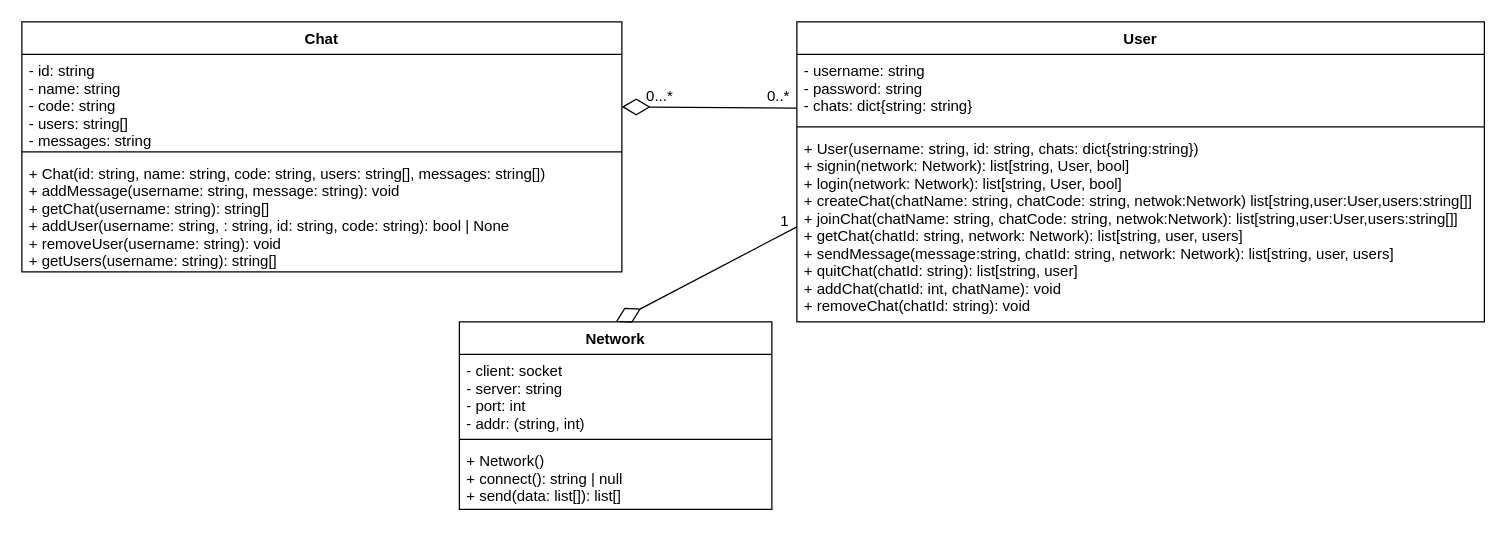
Earlier version of the draw.io diagram HowdyProject/UML/ClassDiagram.drawio (Mo27x/pyclan). Source tidied: cells renumbered, new cells numbered last; positions are measured from the earlier drawing's top-left corner, leaving out a move shared by most shapes. Both pictures are drawn from the tidied source at 125%, with x=0, y=0 at pixel (21, 21).
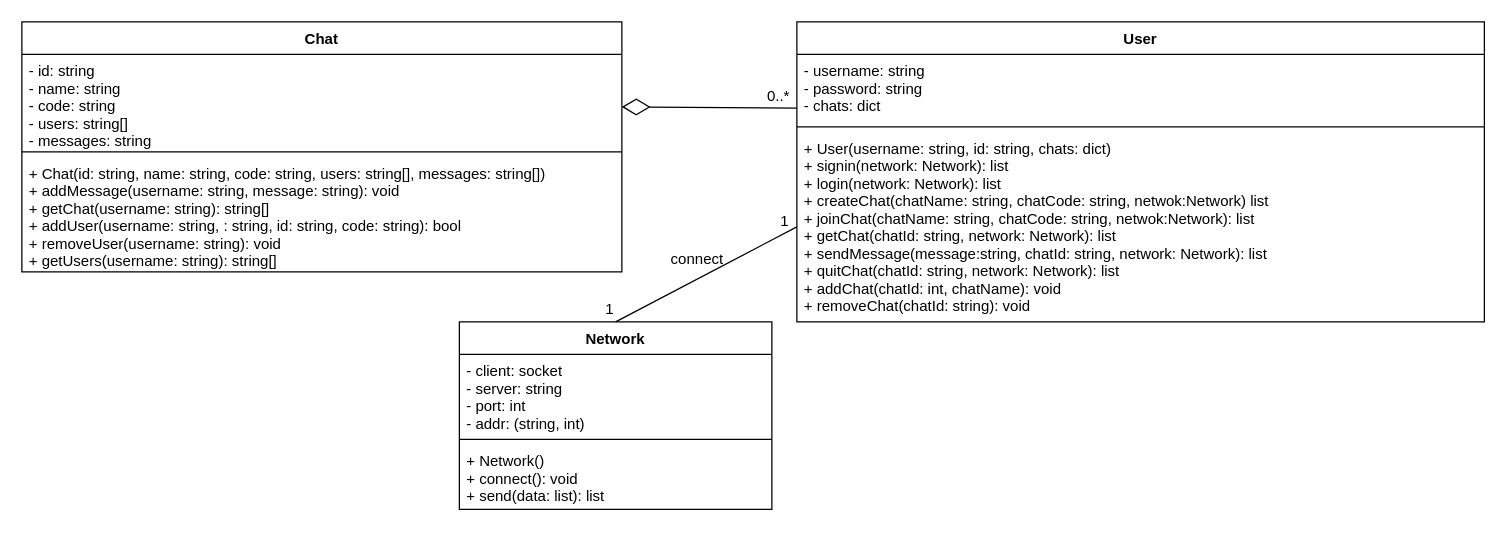
After the change.

The change refers to these unchanged cells:
```xml
<mxCell id="2" value="User" style="swimlane;fontStyle=1;align=center;verticalAlign=top;horizontal=1;startSize=26;" parent="1" vertex="1">
  <mxGeometry x="620" width="550" height="240" as="geometry" />
</mxCell>
<mxCell id="6" value="Chat" style="swimlane;fontStyle=1;align=center;verticalAlign=top;horizontal=1;startSize=26;" parent="1" vertex="1">
  <mxGeometry width="480" height="200" as="geometry" />
</mxCell>
<mxCell id="10" value="Network" style="swimlane;fontStyle=1;align=center;verticalAlign=top;horizontal=1;startSize=26;" parent="1" vertex="1">
  <mxGeometry x="350" y="240" width="250" height="150" as="geometry" />
</mxCell>
```

The edit, as a diff of the source:
```diff
@@
-    <mxCell id="3" value="- username: string&#10;- password: string&#10;- chats: dict{string: string}" style="text;strokeColor=none;fillColor=none;align=left;verticalAlign=top;spacingLeft=4;spacingRight=4;overflow=hidden;" parent="2" vertex="1">
+    <mxCell id="3" value="- username: string&#10;- password: string&#10;- chats: dict" style="text;strokeColor=none;fillColor=none;align=left;verticalAlign=top;spacingLeft=4;spacingRight=4;overflow=hidden;" parent="2" vertex="1">
       <mxGeometry y="26" width="550" height="54" as="geometry" />
     </mxCell>
@@
-    <mxCell id="5" value="+ User(username: string, id: string, chats: dict{string:string})&#10;+ signin(network: Network): list[string, User, bool]&#10;+ login(network: Network): list[string, User, bool]&#10;+ createChat(chatName: string, chatCode: string, netwok:Network) list[string,user:User,users:string[]]&#10;+ joinChat(chatName: string, chatCode: string, netwok:Network): list[string,user:User,users:string[]]&#10;+ getChat(chatId: string, network: Network): list[string, user, users]&#10;+ sendMessage(message:string, chatId: string, network: Network): list[string, user, users]&#10;+ quitChat(chatId: string): list[string, user]&#10;+ addChat(chatId: int, chatName): void&#10;+ removeChat(chatId: string): void" style="text;strokeColor=none;fillColor=none;align=left;verticalAlign=top;spacingLeft=4;spacingRight=4;overflow=hidden;points=[[0,0.5],[1,0.5]];portConstraint=eastwest;" parent="2" vertex="1">
+    <mxCell id="5" value="+ User(username: string, id: string, chats: dict)&#10;+ signin(network: Network): list&#10;+ login(network: Network): list&#10;+ createChat(chatName: string, chatCode: string, netwok:Network) list&#10;+ joinChat(chatName: string, chatCode: string, netwok:Network): list&#10;+ getChat(chatId: string, network: Network): list&#10;+ sendMessage(message:string, chatId: string, network: Network): list&#10;+ quitChat(chatId: string, network: Network): list&#10;+ addChat(chatId: int, chatName): void&#10;+ removeChat(chatId: string): void" style="text;strokeColor=none;fillColor=none;align=left;verticalAlign=top;spacingLeft=4;spacingRight=4;overflow=hidden;points=[[0,0.5],[1,0.5]];portConstraint=eastwest;" parent="2" vertex="1">
       <mxGeometry y="88" width="550" height="152" as="geometry" />
     </mxCell>
@@
-    <mxCell id="9" value="+ Chat(id: string, name: string, code: string, users: string[], messages: string[])&#10;+ addMessage(username: string, message: string): void&#10;+ getChat(username: string): string[]&#10;+ addUser(username: string, : string, id: string, code: string): bool | None&#10;+ removeUser(username: string): void&#10;+ getUsers(username: string): string[]" style="text;strokeColor=none;fillColor=none;align=left;verticalAlign=top;spacingLeft=4;spacingRight=4;overflow=hidden;" parent="6" vertex="1">
+    <mxCell id="9" value="+ Chat(id: string, name: string, code: string, users: string[], messages: string[])&#10;+ addMessage(username: string, message: string): void&#10;+ getChat(username: string): string[]&#10;+ addUser(username: string, : string, id: string, code: string): bool&#10;+ removeUser(username: string): void&#10;+ getUsers(username: string): string[]" style="text;strokeColor=none;fillColor=none;align=left;verticalAlign=top;spacingLeft=4;spacingRight=4;overflow=hidden;" parent="6" vertex="1">
       <mxGeometry y="108" width="480" height="92" as="geometry" />
     </mxCell>
@@
-    <mxCell id="13" value="+ Network()&#10;+ connect(): string | null&#10;+ send(data: list[]): list[]" style="text;strokeColor=none;fillColor=none;align=left;verticalAlign=top;spacingLeft=4;spacingRight=4;overflow=hidden;" parent="10" vertex="1">
+    <mxCell id="13" value="+ Network()&#10;+ connect(): void&#10;+ send(data: list): list" style="text;strokeColor=none;fillColor=none;align=left;verticalAlign=top;spacingLeft=4;spacingRight=4;overflow=hidden;" parent="10" vertex="1">
       <mxGeometry y="98" width="250" height="52" as="geometry" />
     </mxCell>
-    <mxCell id="14" style="endArrow=none;html=1;exitX=0.5;exitY=0;exitDx=0;exitDy=0;entryX=0;entryY=0.5;entryDx=0;entryDy=0;endFill=0;startArrow=diamondThin;startFill=0;startSize=20;" parent="1" edge="1" source="10" target="5">
+    <mxCell id="14" style="endArrow=none;html=1;exitX=0.5;exitY=0;exitDx=0;exitDy=0;entryX=0;entryY=0.5;entryDx=0;entryDy=0;endFill=0;startArrow=none;startFill=0;startSize=20;" parent="1" edge="1" source="10" target="5">
       <mxGeometry relative="1" as="geometry" />
     </mxCell>
@@
-    <mxCell id="17" value="0...*" style="text;html=1;align=center;verticalAlign=middle;strokeColor=none;" parent="1" vertex="1">
-      <mxGeometry x="490" y="50" width="40" height="20" as="geometry" />
-    </mxCell>
@@
+    <mxCell id="19" value="connect" style="text;html=1;align=center;verticalAlign=middle;strokeColor=none;" parent="1" vertex="1">
+      <mxGeometry x="510" y="180" width="60" height="20" as="geometry" />
+    </mxCell>
+    <mxCell id="20" value="1" style="text;html=1;align=center;verticalAlign=middle;strokeColor=none;" parent="1" vertex="1">
+      <mxGeometry x="460" y="220" width="20" height="20" as="geometry" />
+    </mxCell>
```
